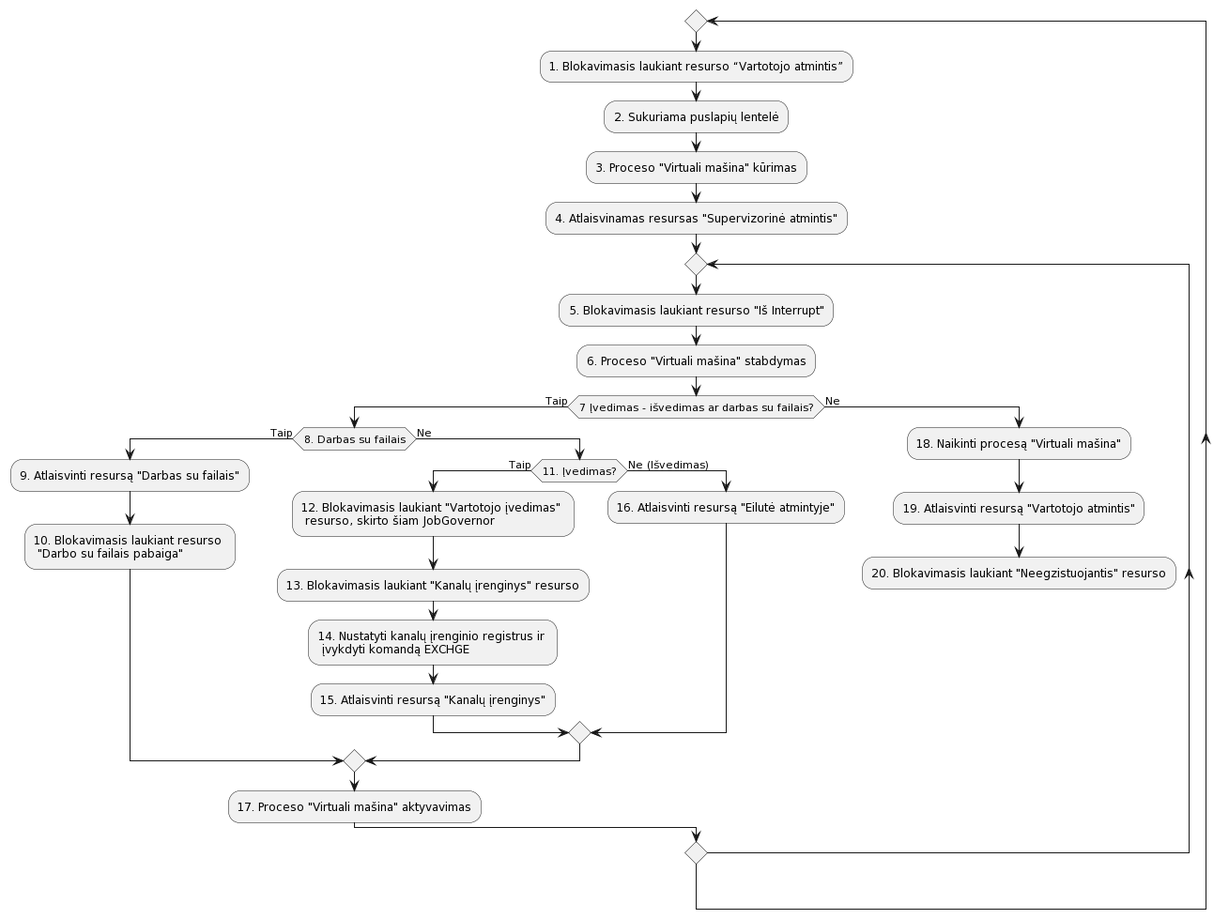
Before: aprasymas2/img/JobGovernor.png, a diagram exported from PlantUML (Mdominykas/OS).
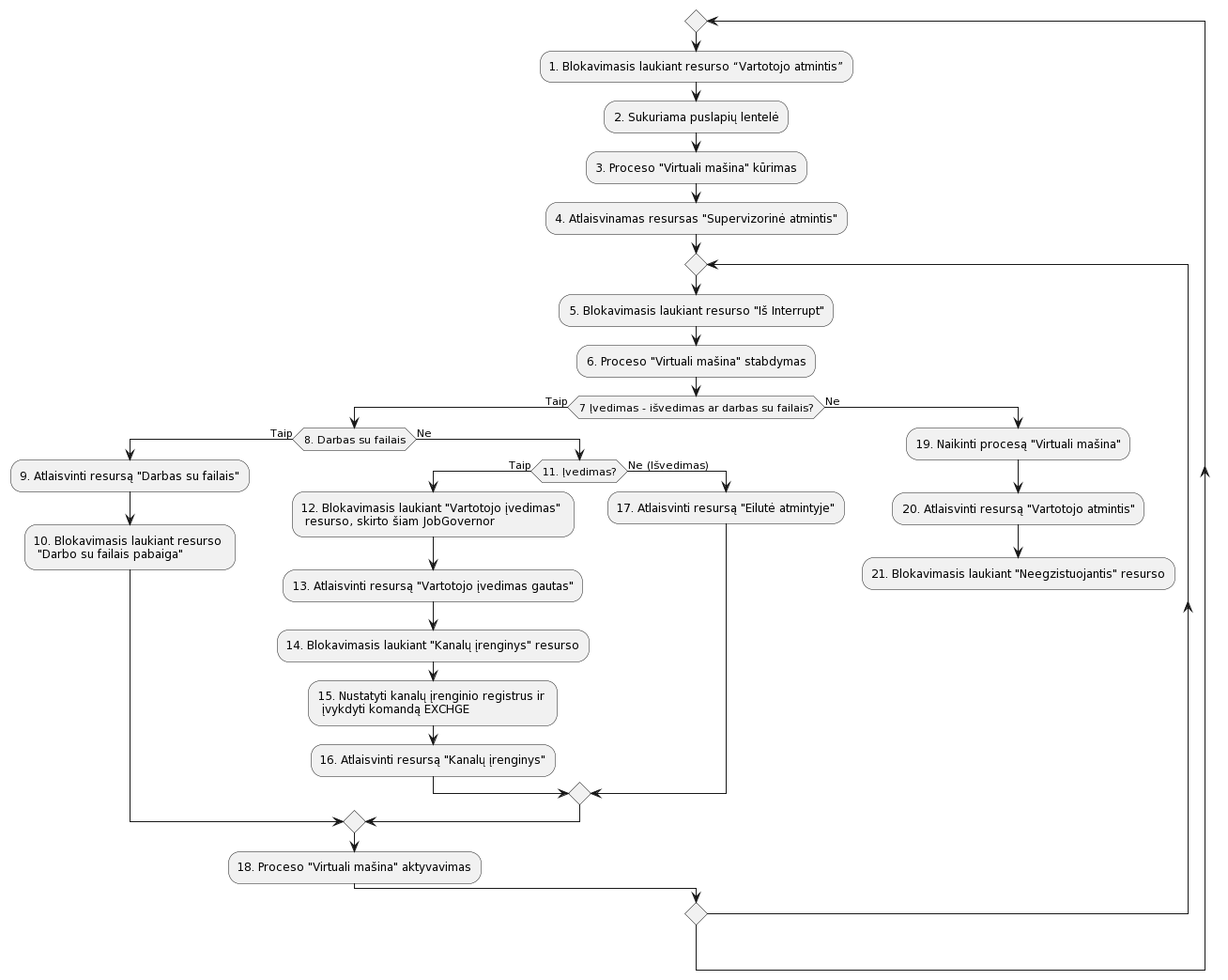
Above is the later version.

The edit, as a diff of the source:
```diff
@@ -14,18 +14,19 @@
       else (Ne)
         if (11. Įvedimas?) is (Taip) then
           :12. Blokavimasis laukiant "Vartotojo įvedimas" \n resurso, skirto šiam JobGovernor;
-          :13. Blokavimasis laukiant "Kanalų įrenginys" resurso;
-          :14. Nustatyti kanalų įrenginio registrus ir \n įvykdyti komandą EXCHGE;
-          :15. Atlaisvinti resursą "Kanalų įrenginys";
+          :13. Atlaisvinti resursą "Vartotojo įvedimas gautas";
+          :14. Blokavimasis laukiant "Kanalų įrenginys" resurso;
+          :15. Nustatyti kanalų įrenginio registrus ir \n įvykdyti komandą EXCHGE;
+          :16. Atlaisvinti resursą "Kanalų įrenginys";
         else (Ne (Išvedimas))
-          :16. Atlaisvinti resursą "Eilutė atmintyje";
+          :17. Atlaisvinti resursą "Eilutė atmintyje";
         endif
       endif
-      :17. Proceso "Virtuali mašina" aktyvavimas;
+      :18. Proceso "Virtuali mašina" aktyvavimas;
     else (Ne)
-      :18. Naikinti procesą "Virtuali mašina";
-      :19. Atlaisvinti resursą "Vartotojo atmintis";
-      :20. Blokavimasis laukiant "Neegzistuojantis" resurso;
+      :19. Naikinti procesą "Virtuali mašina";
+      :20. Atlaisvinti resursą "Vartotojo atmintis";
+      :21. Blokavimasis laukiant "Neegzistuojantis" resurso;
       kill
     endif
 @enduml
```
